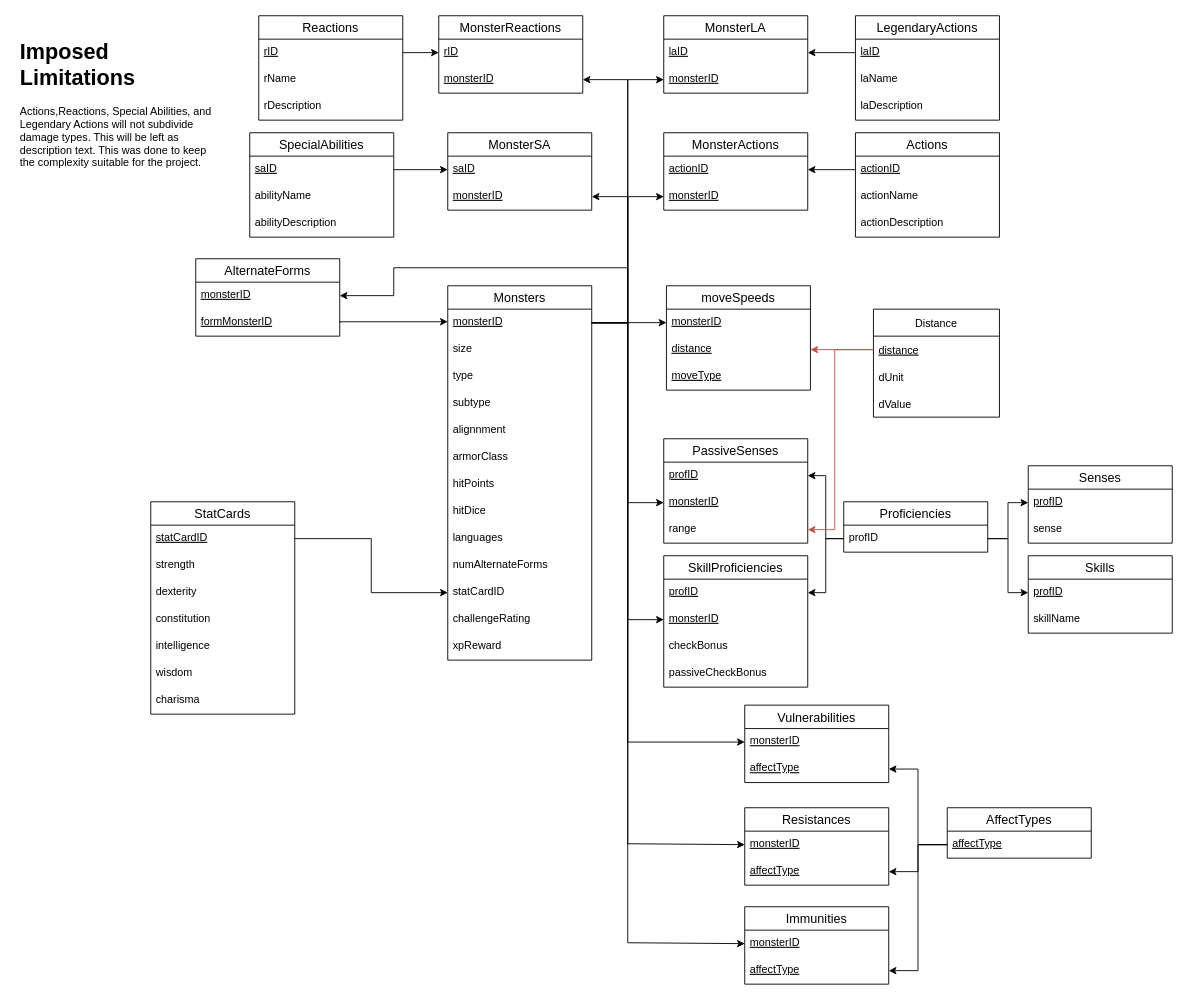
This is page "MonsterDB" (1 of 2) of A6.drawio from JaysonMendoza/comp3005a6, a draw.io file, before an edit. Source tidied: cells renumbered, new cells numbered last; positions are measured from the earlier drawing's top-left corner, leaving out a move shared by most shapes. Both pictures are drawn from the tidied source at 90%, with x=0, y=0 at pixel (15, 15).
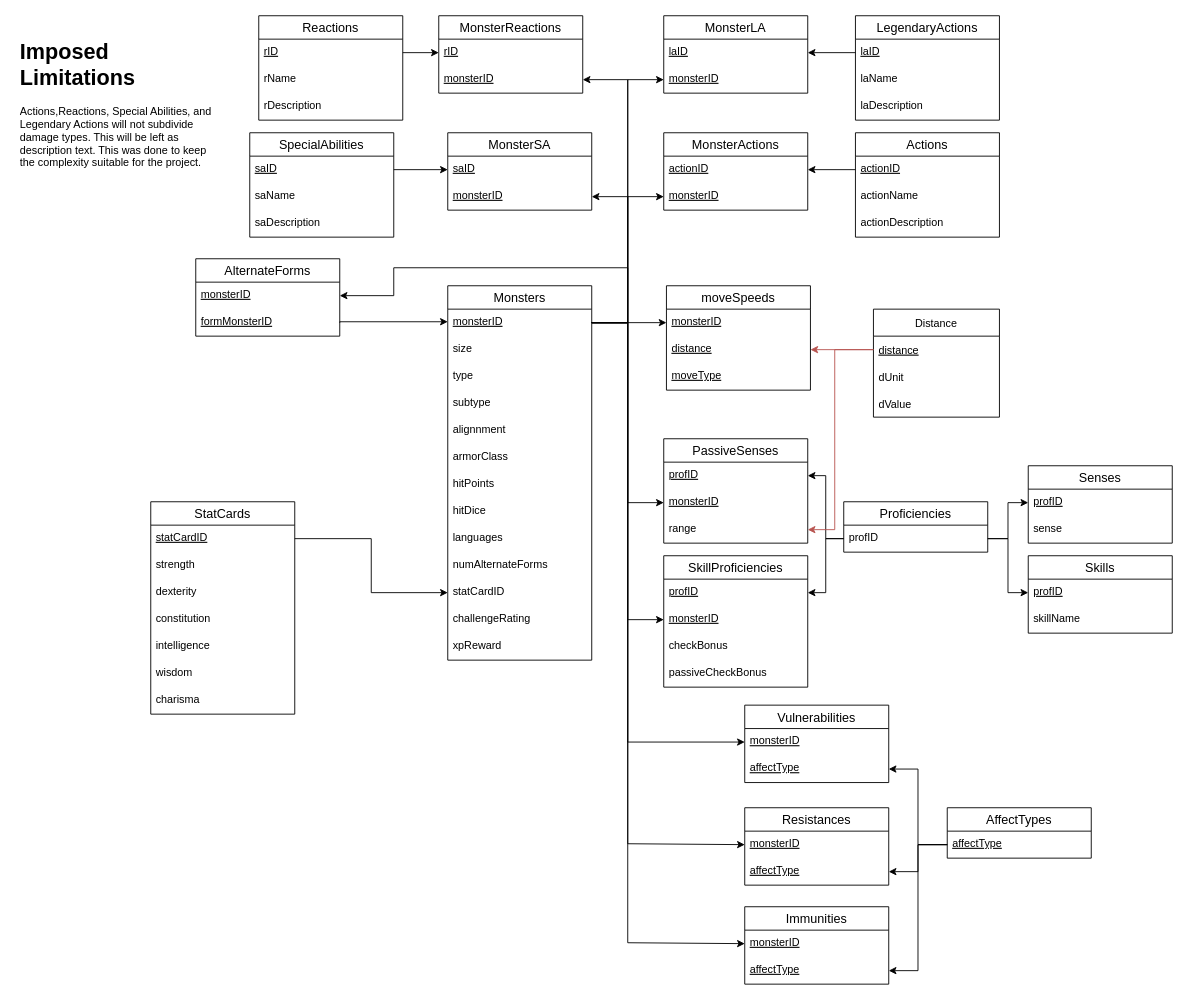
The same diagram, later.

Unchanged cells that the change refers to:
```xml
<mxCell id="81" value="SpecialAbilities" style="swimlane;fontStyle=0;horizontal=1;startSize=26;align=center;fontSize=14;" parent="1" vertex="1">
  <mxGeometry x="260" y="130" width="160" height="116" as="geometry" />
</mxCell>
```

The edit, as a diff of the source:
```diff
@@
-    <mxCell id="83" value="abilityName" style="text;strokeColor=none;fillColor=none;spacingLeft=4;spacingRight=4;overflow=hidden;fontSize=12;" parent="81" vertex="1">
+    <mxCell id="83" value="saName" style="text;strokeColor=none;fillColor=none;spacingLeft=4;spacingRight=4;overflow=hidden;fontSize=12;" parent="81" vertex="1">
       <mxGeometry y="56" width="160" height="30" as="geometry" />
     </mxCell>
-    <mxCell id="84" value="abilityDescription" style="text;strokeColor=none;fillColor=none;spacingLeft=4;spacingRight=4;overflow=hidden;fontSize=12;" parent="81" vertex="1">
+    <mxCell id="84" value="saDescription" style="text;strokeColor=none;fillColor=none;spacingLeft=4;spacingRight=4;overflow=hidden;fontSize=12;" parent="81" vertex="1">
       <mxGeometry y="86" width="160" height="30" as="geometry" />
     </mxCell>
```
